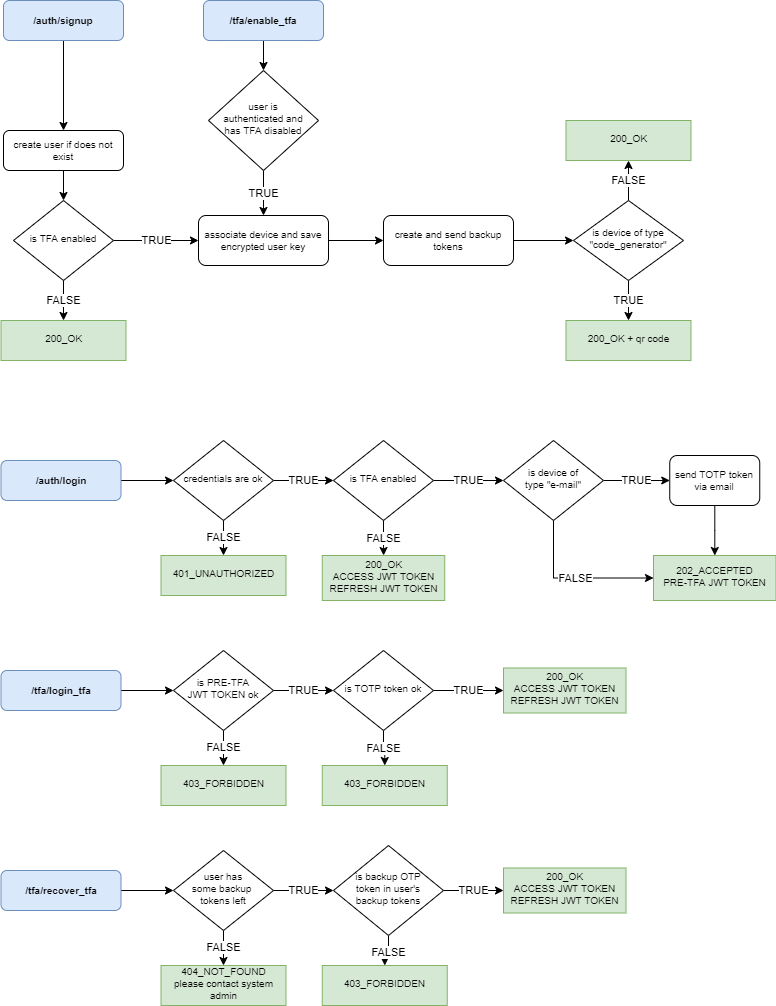
This is docs/two_factor_flowchart.drawio.png from dfm88/fastapi-two-factor-authentication, a draw.io export, as it was before one commit. Source tidied: cells renumbered, new cells last; positions are measured from the earlier drawing's top-left corner, leaving out a move shared by most shapes.
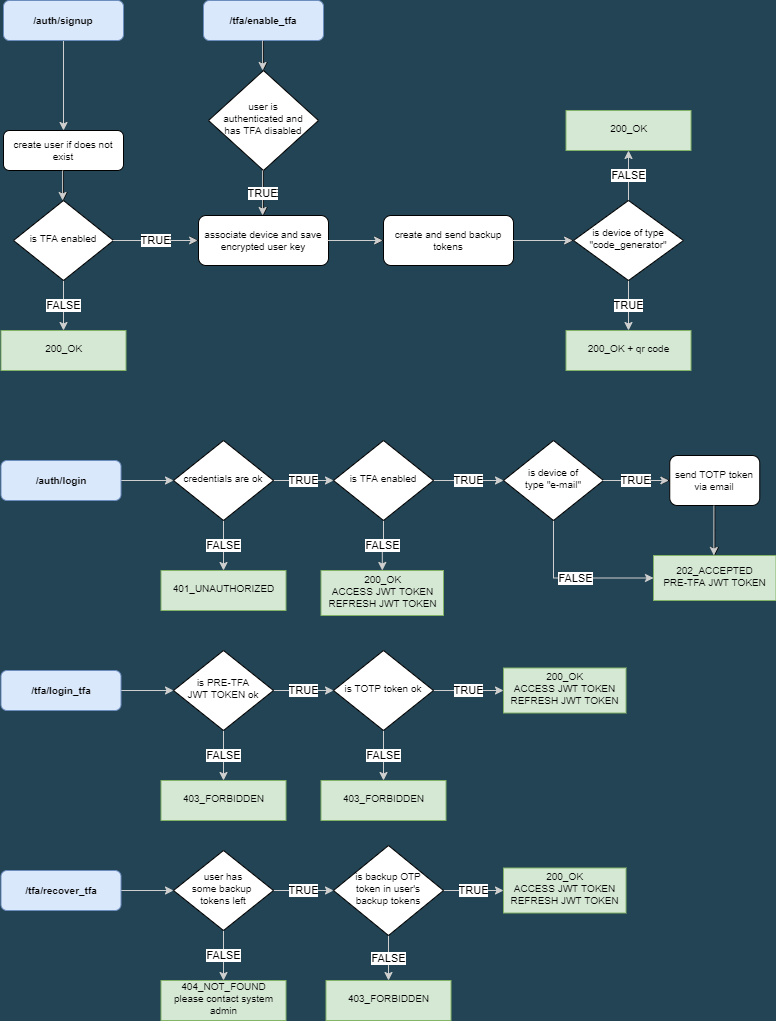
After the change.

Diff of the diagram source:
```diff
@@ -1,8 +1,8 @@
-<mxGraphModel>
+<mxGraphModel background="#234454">
   <root>
     <mxCell id="0" />
     <mxCell id="1" parent="0" />
-    <mxCell id="2" style="edgeStyle=orthogonalEdgeStyle;rounded=0;jettySize=auto;html=1;endArrow=classic;endFill=1;" parent="1" edge="1" source="3" target="5">
+    <mxCell id="2" style="edgeStyle=orthogonalEdgeStyle;rounded=0;jettySize=auto;html=1;endArrow=classic;endFill=1;strokeColor=#CFCFCF;" parent="1" edge="1" source="3" target="5">
       <mxGeometry relative="1" as="geometry" />
     </mxCell>
     <mxCell id="3" value="/auth/signup" style="rounded=1;whiteSpace=wrap;html=1;fontSize=10;glass=0;strokeWidth=1;shadow=0;fillColor=#dae8fc;strokeColor=#6c8ebf;fontStyle=1;" parent="1" vertex="1">
@@ -17,7 +17,7 @@
     <mxCell id="6" value="TRUE" style="edgeStyle=orthogonalEdgeStyle;rounded=0;jettySize=auto;html=1;endArrow=classic;endFill=1;" parent="1" edge="1" source="8" target="10">
       <mxGeometry relative="1" as="geometry" />
     </mxCell>
-    <mxCell id="7" value="FALSE" style="edgeStyle=orthogonalEdgeStyle;rounded=0;jettySize=auto;html=1;endArrow=classic;endFill=1;" parent="1" edge="1" source="8" target="22">
+    <mxCell id="7" value="FALSE" style="edgeStyle=orthogonalEdgeStyle;rounded=0;jettySize=auto;html=1;endArrow=classic;endFill=1;strokeColor=#CFCFCF;" parent="1" edge="1" source="8" target="22">
       <mxGeometry relative="1" as="geometry" />
     </mxCell>
     <mxCell id="8" value="is TFA enabled" style="rhombus;whiteSpace=wrap;html=1;shadow=0;fontFamily=Helvetica;fontSize=10;align=center;strokeWidth=1;spacing=6;spacingTop=-4;" parent="1" vertex="1">
@@ -47,58 +47,58 @@
     <mxCell id="16" value="create and send backup tokens" style="rounded=1;whiteSpace=wrap;html=1;fontSize=10;glass=0;strokeWidth=1;shadow=0;" parent="1" vertex="1">
       <mxGeometry x="382" y="215" width="130" height="50" as="geometry" />
     </mxCell>
-    <mxCell id="17" value="TRUE" style="edgeStyle=orthogonalEdgeStyle;rounded=0;jettySize=auto;html=1;endArrow=classic;endFill=1;" parent="1" edge="1" source="19" target="20">
+    <mxCell id="17" value="TRUE" style="edgeStyle=orthogonalEdgeStyle;rounded=0;jettySize=auto;html=1;endArrow=classic;endFill=1;strokeColor=#CFCFCF;" parent="1" edge="1" source="19" target="20">
       <mxGeometry relative="1" as="geometry" />
     </mxCell>
-    <mxCell id="18" value="FALSE" style="edgeStyle=orthogonalEdgeStyle;rounded=0;jettySize=auto;html=1;endArrow=classic;endFill=1;" parent="1" edge="1" source="19" target="21">
+    <mxCell id="18" value="FALSE" style="edgeStyle=orthogonalEdgeStyle;rounded=0;jettySize=auto;html=1;endArrow=classic;endFill=1;strokeColor=#CFCFCF;" parent="1" edge="1" source="19" target="21">
       <mxGeometry relative="1" as="geometry" />
     </mxCell>
     <mxCell id="19" value="is device of type &quot;code_generator&quot;" style="rhombus;whiteSpace=wrap;html=1;shadow=0;fontFamily=Helvetica;fontSize=10;align=center;strokeWidth=1;spacing=6;spacingTop=-4;" parent="1" vertex="1">
       <mxGeometry x="572" y="200" width="110" height="80" as="geometry" />
     </mxCell>
     <mxCell id="20" value="200_OK + qr code" style="whiteSpace=wrap;html=1;fontSize=10;shadow=0;strokeWidth=1;spacing=6;spacingTop=-4;rounded=0;fillColor=#d5e8d4;strokeColor=#82b366;" parent="1" vertex="1">
-      <mxGeometry x="564.5" y="320" width="125" height="40" as="geometry" />
+      <mxGeometry x="564.5" y="330" width="125" height="40" as="geometry" />
     </mxCell>
     <mxCell id="21" value="200_OK" style="whiteSpace=wrap;html=1;fontSize=10;shadow=0;strokeWidth=1;spacing=6;spacingTop=-4;rounded=0;fillColor=#d5e8d4;strokeColor=#82b366;" parent="1" vertex="1">
-      <mxGeometry x="564.5" y="120" width="125" height="40" as="geometry" />
+      <mxGeometry x="564.5" y="110" width="125" height="40" as="geometry" />
     </mxCell>
     <mxCell id="22" value="200_OK" style="whiteSpace=wrap;html=1;fontSize=10;shadow=0;strokeWidth=1;spacing=6;spacingTop=-4;rounded=0;fillColor=#d5e8d4;strokeColor=#82b366;" parent="1" vertex="1">
-      <mxGeometry x="-0.5" y="320" width="125" height="40" as="geometry" />
+      <mxGeometry x="-0.5" y="330" width="125" height="40" as="geometry" />
     </mxCell>
-    <mxCell id="23" style="edgeStyle=orthogonalEdgeStyle;rounded=0;jettySize=auto;html=1;endArrow=classic;endFill=1;" parent="1" edge="1" source="24" target="27">
+    <mxCell id="23" style="edgeStyle=orthogonalEdgeStyle;rounded=0;jettySize=auto;html=1;endArrow=classic;endFill=1;strokeColor=#CFCFCF;" parent="1" edge="1" source="24" target="27">
       <mxGeometry relative="1" as="geometry" />
     </mxCell>
     <mxCell id="24" value="/auth/login" style="rounded=1;whiteSpace=wrap;html=1;fontSize=10;glass=0;strokeWidth=1;shadow=0;fillColor=#dae8fc;strokeColor=#6c8ebf;fontStyle=1;" parent="1" vertex="1">
       <mxGeometry x="-0.5" y="460" width="120" height="40" as="geometry" />
     </mxCell>
-    <mxCell id="25" value="FALSE" style="edgeStyle=orthogonalEdgeStyle;rounded=0;jettySize=auto;html=1;endArrow=classic;endFill=1;" parent="1" edge="1" source="27" target="28">
+    <mxCell id="25" value="FALSE" style="edgeStyle=orthogonalEdgeStyle;rounded=0;jettySize=auto;html=1;endArrow=classic;endFill=1;strokeColor=#CFCFCF;" parent="1" edge="1" source="27" target="28">
       <mxGeometry relative="1" as="geometry" />
     </mxCell>
-    <mxCell id="26" value="TRUE" style="edgeStyle=orthogonalEdgeStyle;rounded=0;jettySize=auto;html=1;endArrow=classic;endFill=1;" parent="1" edge="1" source="27" target="31">
+    <mxCell id="26" value="TRUE" style="edgeStyle=orthogonalEdgeStyle;rounded=0;jettySize=auto;html=1;endArrow=classic;endFill=1;strokeColor=#CFCFCF;" parent="1" edge="1" source="27" target="31">
       <mxGeometry relative="1" as="geometry" />
     </mxCell>
     <mxCell id="27" value="credentials are ok" style="rhombus;whiteSpace=wrap;html=1;shadow=0;fontFamily=Helvetica;fontSize=10;align=center;strokeWidth=1;spacing=6;spacingTop=-4;" parent="1" vertex="1">
       <mxGeometry x="172" y="440" width="100" height="80" as="geometry" />
     </mxCell>
     <mxCell id="28" value="401_UNAUTHORIZED" style="whiteSpace=wrap;html=1;fontSize=10;shadow=0;strokeWidth=1;spacing=6;spacingTop=-4;rounded=0;fillColor=#d5e8d4;strokeColor=#82b366;" parent="1" vertex="1">
-      <mxGeometry x="159.5" y="555" width="125" height="40" as="geometry" />
+      <mxGeometry x="159.5" y="570" width="125" height="40" as="geometry" />
     </mxCell>
-    <mxCell id="29" value="FALSE" style="edgeStyle=orthogonalEdgeStyle;rounded=0;jettySize=auto;html=1;endArrow=classic;endFill=1;" parent="1" edge="1" source="31" target="32">
+    <mxCell id="29" value="FALSE" style="edgeStyle=orthogonalEdgeStyle;rounded=0;jettySize=auto;html=1;endArrow=classic;endFill=1;strokeColor=#CFCFCF;" parent="1" edge="1" source="31" target="32">
       <mxGeometry relative="1" as="geometry" />
     </mxCell>
-    <mxCell id="30" value="TRUE" style="edgeStyle=orthogonalEdgeStyle;rounded=0;jettySize=auto;html=1;endArrow=classic;endFill=1;" parent="1" edge="1" source="31" target="35">
+    <mxCell id="30" value="TRUE" style="edgeStyle=orthogonalEdgeStyle;rounded=0;jettySize=auto;html=1;endArrow=classic;endFill=1;strokeColor=#CFCFCF;" parent="1" edge="1" source="31" target="35">
       <mxGeometry relative="1" as="geometry" />
     </mxCell>
     <mxCell id="31" value="is TFA enabled" style="rhombus;whiteSpace=wrap;html=1;shadow=0;fontFamily=Helvetica;fontSize=10;align=center;strokeWidth=1;spacing=6;spacingTop=-4;" parent="1" vertex="1">
       <mxGeometry x="332" y="440" width="100" height="80" as="geometry" />
     </mxCell>
     <mxCell id="32" value="200_OK&lt;br&gt;ACCESS JWT TOKEN&lt;br&gt;REFRESH JWT TOKEN" style="whiteSpace=wrap;html=1;fontSize=10;shadow=0;strokeWidth=1;spacing=6;spacingTop=-4;rounded=0;fillColor=#d5e8d4;strokeColor=#82b366;" parent="1" vertex="1">
-      <mxGeometry x="320.8" y="555" width="122.5" height="45" as="geometry" />
+      <mxGeometry x="319.5" y="570" width="122.5" height="45" as="geometry" />
     </mxCell>
     <mxCell id="33" value="TRUE" style="edgeStyle=orthogonalEdgeStyle;rounded=0;jettySize=auto;html=1;endArrow=classic;endFill=1;" parent="1" edge="1" source="35" target="38">
       <mxGeometry relative="1" as="geometry" />
     </mxCell>
-    <mxCell id="34" value="FALSE" style="edgeStyle=orthogonalEdgeStyle;rounded=0;jettySize=auto;html=1;exitX=0.5;exitY=1;exitDx=0;exitDy=0;entryX=0;entryY=0.5;entryDx=0;entryDy=0;endArrow=classic;endFill=1;" parent="1" edge="1" source="35" target="36">
+    <mxCell id="34" value="FALSE" style="edgeStyle=orthogonalEdgeStyle;rounded=0;jettySize=auto;html=1;exitX=0.5;exitY=1;exitDx=0;exitDy=0;entryX=0;entryY=0.5;entryDx=0;entryDy=0;endArrow=classic;endFill=1;strokeColor=#CFCFCF;" parent="1" edge="1" source="35" target="36">
       <mxGeometry relative="1" as="geometry" />
     </mxCell>
     <mxCell id="35" value="is device of&lt;br&gt;type &quot;e-mail&quot;" style="rhombus;whiteSpace=wrap;html=1;shadow=0;fontFamily=Helvetica;fontSize=10;align=center;strokeWidth=1;spacing=6;spacingTop=-4;" parent="1" vertex="1">
@@ -113,71 +113,119 @@
     <mxCell id="38" value="send TOTP token via email" style="rounded=1;whiteSpace=wrap;html=1;fontSize=10;glass=0;strokeWidth=1;shadow=0;" parent="1" vertex="1">
       <mxGeometry x="668.2" y="455" width="90" height="50" as="geometry" />
     </mxCell>
-    <mxCell id="39" style="edgeStyle=orthogonalEdgeStyle;rounded=0;jettySize=auto;html=1;endArrow=classic;endFill=1;" parent="1" edge="1" source="40" target="43">
+    <mxCell id="39" style="edgeStyle=orthogonalEdgeStyle;rounded=0;jettySize=auto;html=1;endArrow=classic;endFill=1;strokeColor=#CFCFCF;" parent="1" edge="1" source="40" target="43">
       <mxGeometry relative="1" as="geometry" />
     </mxCell>
     <mxCell id="40" value="/tfa/login_tfa" style="rounded=1;whiteSpace=wrap;html=1;fontSize=10;glass=0;strokeWidth=1;shadow=0;fillColor=#dae8fc;strokeColor=#6c8ebf;fontStyle=1;" parent="1" vertex="1">
       <mxGeometry x="-0.5" y="670" width="120" height="40" as="geometry" />
     </mxCell>
-    <mxCell id="41" value="FALSE" style="edgeStyle=orthogonalEdgeStyle;rounded=0;jettySize=auto;html=1;endArrow=classic;endFill=1;" parent="1" edge="1" source="43" target="44">
+    <mxCell id="41" value="FALSE" style="edgeStyle=orthogonalEdgeStyle;rounded=0;jettySize=auto;html=1;endArrow=classic;endFill=1;strokeColor=#CFCFCF;" parent="1" edge="1" source="43" target="44">
       <mxGeometry relative="1" as="geometry" />
     </mxCell>
-    <mxCell id="42" value="TRUE" style="edgeStyle=orthogonalEdgeStyle;rounded=0;jettySize=auto;html=1;endArrow=classic;endFill=1;" parent="1" edge="1" source="43" target="47">
+    <mxCell id="42" value="TRUE" style="edgeStyle=orthogonalEdgeStyle;rounded=0;jettySize=auto;html=1;endArrow=classic;endFill=1;strokeColor=#CFCFCF;" parent="1" edge="1" source="43" target="47">
       <mxGeometry relative="1" as="geometry" />
     </mxCell>
     <mxCell id="43" value="is PRE-TFA&lt;br&gt;JWT TOKEN ok" style="rhombus;whiteSpace=wrap;html=1;shadow=0;fontFamily=Helvetica;fontSize=10;align=center;strokeWidth=1;spacing=6;spacingTop=-4;" parent="1" vertex="1">
       <mxGeometry x="172" y="650" width="100" height="80" as="geometry" />
     </mxCell>
     <mxCell id="44" value="403_FORBIDDEN" style="whiteSpace=wrap;html=1;fontSize=10;shadow=0;strokeWidth=1;spacing=6;spacingTop=-4;rounded=0;fillColor=#d5e8d4;strokeColor=#82b366;" parent="1" vertex="1">
-      <mxGeometry x="159.5" y="765" width="125" height="40" as="geometry" />
+      <mxGeometry x="159.5" y="780" width="125" height="40" as="geometry" />
     </mxCell>
-    <mxCell id="45" value="FALSE" style="edgeStyle=orthogonalEdgeStyle;rounded=0;jettySize=auto;html=1;endArrow=classic;endFill=1;entryX=0.5;entryY=0;entryDx=0;entryDy=0;" parent="1" edge="1" source="47" target="48">
+    <mxCell id="45" value="FALSE" style="edgeStyle=orthogonalEdgeStyle;rounded=0;jettySize=auto;html=1;endArrow=classic;endFill=1;entryX=0.5;entryY=0;entryDx=0;entryDy=0;strokeColor=#CFCFCF;" parent="1" edge="1" source="47" target="48">
       <mxGeometry relative="1" as="geometry" />
     </mxCell>
-    <mxCell id="46" value="TRUE" style="edgeStyle=orthogonalEdgeStyle;rounded=0;jettySize=auto;html=1;endArrow=classic;endFill=1;entryX=0;entryY=0.5;entryDx=0;entryDy=0;" parent="1" edge="1" source="47" target="49">
+    <mxCell id="46" value="TRUE" style="edgeStyle=orthogonalEdgeStyle;rounded=0;jettySize=auto;html=1;endArrow=classic;endFill=1;entryX=0;entryY=0.5;entryDx=0;entryDy=0;strokeColor=#CFCFCF;" parent="1" edge="1" source="47" target="49">
       <mxGeometry relative="1" as="geometry" />
     </mxCell>
     <mxCell id="47" value="is TOTP token ok" style="rhombus;whiteSpace=wrap;html=1;shadow=0;fontFamily=Helvetica;fontSize=10;align=center;strokeWidth=1;spacing=6;spacingTop=-4;" parent="1" vertex="1">
       <mxGeometry x="332" y="650" width="100" height="80" as="geometry" />
     </mxCell>
     <mxCell id="48" value="403_FORBIDDEN" style="whiteSpace=wrap;html=1;fontSize=10;shadow=0;strokeWidth=1;spacing=6;spacingTop=-4;rounded=0;fillColor=#d5e8d4;strokeColor=#82b366;" parent="1" vertex="1">
-      <mxGeometry x="320.8" y="765" width="125" height="40" as="geometry" />
+      <mxGeometry x="319.5" y="780" width="125" height="40" as="geometry" />
     </mxCell>
     <mxCell id="49" value="200_OK&lt;br&gt;ACCESS JWT TOKEN&lt;br&gt;REFRESH JWT TOKEN" style="whiteSpace=wrap;html=1;fontSize=10;shadow=0;strokeWidth=1;spacing=6;spacingTop=-4;rounded=0;fillColor=#d5e8d4;strokeColor=#82b366;" parent="1" vertex="1">
       <mxGeometry x="502" y="667.5" width="122.5" height="45" as="geometry" />
     </mxCell>
-    <mxCell id="50" style="edgeStyle=orthogonalEdgeStyle;rounded=0;jettySize=auto;html=1;endArrow=classic;endFill=1;" parent="1" edge="1" source="51" target="54">
+    <mxCell id="50" style="edgeStyle=orthogonalEdgeStyle;rounded=0;jettySize=auto;html=1;endArrow=classic;endFill=1;strokeColor=#CFCFCF;" parent="1" edge="1" source="51" target="54">
       <mxGeometry relative="1" as="geometry" />
     </mxCell>
     <mxCell id="51" value="/tfa/recover_tfa" style="rounded=1;whiteSpace=wrap;html=1;fontSize=10;glass=0;strokeWidth=1;shadow=0;fillColor=#dae8fc;strokeColor=#6c8ebf;fontStyle=1;" parent="1" vertex="1">
       <mxGeometry x="-0.5" y="870" width="120" height="40" as="geometry" />
     </mxCell>
-    <mxCell id="52" value="FALSE" style="edgeStyle=orthogonalEdgeStyle;rounded=0;jettySize=auto;html=1;endArrow=classic;endFill=1;" parent="1" edge="1" source="54" target="55">
+    <mxCell id="52" value="FALSE" style="edgeStyle=orthogonalEdgeStyle;rounded=0;jettySize=auto;html=1;endArrow=classic;endFill=1;strokeColor=#CFCFCF;" parent="1" edge="1" source="54" target="55">
       <mxGeometry relative="1" as="geometry" />
     </mxCell>
-    <mxCell id="53" value="TRUE" style="edgeStyle=orthogonalEdgeStyle;rounded=0;jettySize=auto;html=1;endArrow=classic;endFill=1;" parent="1" edge="1" source="54" target="58">
+    <mxCell id="53" value="TRUE" style="edgeStyle=orthogonalEdgeStyle;rounded=0;jettySize=auto;html=1;endArrow=classic;endFill=1;strokeColor=#CFCFCF;" parent="1" edge="1" source="54" target="58">
       <mxGeometry relative="1" as="geometry" />
     </mxCell>
     <mxCell id="54" value="user has&lt;br&gt;some backup &lt;br&gt;tokens left" style="rhombus;whiteSpace=wrap;html=1;shadow=0;fontFamily=Helvetica;fontSize=10;align=center;strokeWidth=1;spacing=6;spacingTop=-4;" parent="1" vertex="1">
       <mxGeometry x="172" y="850" width="100" height="80" as="geometry" />
     </mxCell>
     <mxCell id="55" value="404_NOT_FOUND please contact system admin" style="whiteSpace=wrap;html=1;fontSize=10;shadow=0;strokeWidth=1;spacing=6;spacingTop=-4;rounded=0;fillColor=#d5e8d4;strokeColor=#82b366;" parent="1" vertex="1">
-      <mxGeometry x="159.5" y="965" width="125" height="40" as="geometry" />
+      <mxGeometry x="159.5" y="980" width="125" height="40" as="geometry" />
     </mxCell>
-    <mxCell id="56" value="FALSE" style="edgeStyle=orthogonalEdgeStyle;rounded=0;jettySize=auto;html=1;endArrow=classic;endFill=1;entryX=0.5;entryY=0;entryDx=0;entryDy=0;" parent="1" edge="1" source="58" target="59">
+    <mxCell id="56" value="FALSE" style="edgeStyle=orthogonalEdgeStyle;rounded=0;jettySize=auto;html=1;endArrow=classic;endFill=1;entryX=0.5;entryY=0;entryDx=0;entryDy=0;strokeColor=#CFCFCF;" parent="1" edge="1" source="58" target="59">
       <mxGeometry relative="1" as="geometry" />
     </mxCell>
-    <mxCell id="57" value="TRUE" style="edgeStyle=orthogonalEdgeStyle;rounded=0;jettySize=auto;html=1;endArrow=classic;endFill=1;entryX=0;entryY=0.5;entryDx=0;entryDy=0;" parent="1" edge="1" source="58" target="60">
+    <mxCell id="57" value="TRUE" style="edgeStyle=orthogonalEdgeStyle;rounded=0;jettySize=auto;html=1;endArrow=classic;endFill=1;entryX=0;entryY=0.5;entryDx=0;entryDy=0;strokeColor=#CFCFCF;" parent="1" edge="1" source="58" target="60">
       <mxGeometry relative="1" as="geometry" />
     </mxCell>
     <mxCell id="58" value="is backup OTP&lt;br&gt;token in user's&lt;br&gt;backup tokens" style="rhombus;whiteSpace=wrap;html=1;shadow=0;fontFamily=Helvetica;fontSize=10;align=center;strokeWidth=1;spacing=6;spacingTop=-4;" parent="1" vertex="1">
       <mxGeometry x="332" y="845" width="110" height="90" as="geometry" />
     </mxCell>
     <mxCell id="59" value="403_FORBIDDEN" style="whiteSpace=wrap;html=1;fontSize=10;shadow=0;strokeWidth=1;spacing=6;spacingTop=-4;rounded=0;fillColor=#d5e8d4;strokeColor=#82b366;" parent="1" vertex="1">
-      <mxGeometry x="320.8" y="965" width="125" height="40" as="geometry" />
+      <mxGeometry x="324.5" y="980" width="125" height="40" as="geometry" />
     </mxCell>
     <mxCell id="60" value="200_OK&lt;br&gt;ACCESS JWT TOKEN&lt;br&gt;REFRESH JWT TOKEN" style="whiteSpace=wrap;html=1;fontSize=10;shadow=0;strokeWidth=1;spacing=6;spacingTop=-4;rounded=0;fillColor=#d5e8d4;strokeColor=#82b366;" parent="1" vertex="1">
       <mxGeometry x="502" y="867.5" width="122.5" height="45" as="geometry" />
     </mxCell>
+    <mxCell id="61" style="edgeStyle=orthogonalEdgeStyle;rounded=0;orthogonalLoop=1;jettySize=auto;html=1;strokeColor=#CFCFCF;" parent="1" edge="1">
+      <mxGeometry relative="1" as="geometry">
+        <mxPoint x="61.1" y="170" as="sourcePoint" />
+        <mxPoint x="61.1" y="200" as="targetPoint" />
+      </mxGeometry>
+    </mxCell>
+    <mxCell id="62" value="TRUE" style="edgeStyle=orthogonalEdgeStyle;rounded=0;orthogonalLoop=1;jettySize=auto;html=1;endArrow=classic;endFill=1;strokeColor=#CFCFCF;" parent="1" edge="1">
+      <mxGeometry relative="1" as="geometry">
+        <mxPoint x="111.1" y="240" as="sourcePoint" />
+        <mxPoint x="196.1" y="240" as="targetPoint" />
+      </mxGeometry>
+    </mxCell>
+    <mxCell id="63" value="TRUE" style="edgeStyle=orthogonalEdgeStyle;rounded=0;orthogonalLoop=1;jettySize=auto;html=1;endArrow=classic;endFill=1;strokeColor=#CFCFCF;" parent="1" edge="1">
+      <mxGeometry relative="1" as="geometry">
+        <mxPoint x="261.1" y="170" as="sourcePoint" />
+        <mxPoint x="261.1" y="215" as="targetPoint" />
+      </mxGeometry>
+    </mxCell>
+    <mxCell id="64" style="edgeStyle=orthogonalEdgeStyle;rounded=0;orthogonalLoop=1;jettySize=auto;html=1;endArrow=classic;endFill=1;strokeColor=#CFCFCF;" parent="1" edge="1">
+      <mxGeometry relative="1" as="geometry">
+        <mxPoint x="261.1" y="40" as="sourcePoint" />
+        <mxPoint x="261.1" y="70" as="targetPoint" />
+      </mxGeometry>
+    </mxCell>
+    <mxCell id="65" style="edgeStyle=orthogonalEdgeStyle;rounded=0;orthogonalLoop=1;jettySize=auto;html=1;endArrow=classic;endFill=1;strokeColor=#CFCFCF;" parent="1" edge="1">
+      <mxGeometry relative="1" as="geometry">
+        <mxPoint x="326.1" y="240" as="sourcePoint" />
+        <mxPoint x="381.1" y="240" as="targetPoint" />
+      </mxGeometry>
+    </mxCell>
+    <mxCell id="66" style="edgeStyle=orthogonalEdgeStyle;rounded=0;orthogonalLoop=1;jettySize=auto;html=1;endArrow=classic;endFill=1;strokeColor=#CFCFCF;" parent="1" edge="1">
+      <mxGeometry relative="1" as="geometry">
+        <mxPoint x="511.1" y="240" as="sourcePoint" />
+        <mxPoint x="571.1" y="240" as="targetPoint" />
+      </mxGeometry>
+    </mxCell>
+    <mxCell id="67" value="TRUE" style="edgeStyle=orthogonalEdgeStyle;rounded=0;orthogonalLoop=1;jettySize=auto;html=1;endArrow=classic;endFill=1;strokeColor=#CFCFCF;" parent="1" edge="1">
+      <mxGeometry relative="1" as="geometry">
+        <mxPoint x="601.1" y="480" as="sourcePoint" />
+        <mxPoint x="667.4" y="480" as="targetPoint" />
+      </mxGeometry>
+    </mxCell>
+    <mxCell id="68" style="edgeStyle=orthogonalEdgeStyle;rounded=0;orthogonalLoop=1;jettySize=auto;html=1;endArrow=classic;endFill=1;strokeColor=#CFCFCF;" parent="1" edge="1">
+      <mxGeometry relative="1" as="geometry">
+        <mxPoint x="712.4" y="505" as="sourcePoint" />
+        <mxPoint x="712.4" y="555" as="targetPoint" />
+      </mxGeometry>
+    </mxCell>
   </root>
 </mxGraphModel>
```
